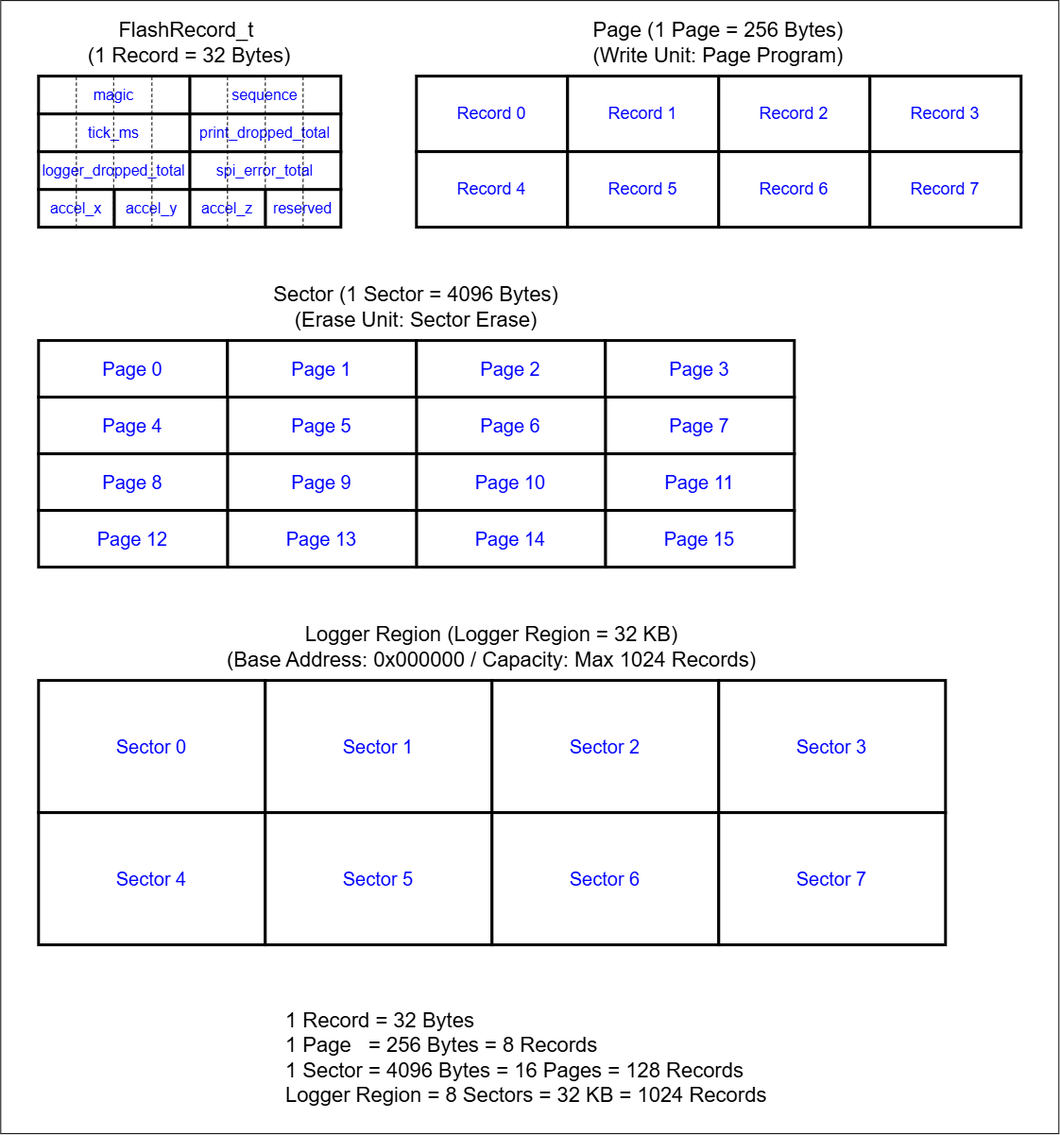
The draw.io diagram docs/flash_memory_layout.png in KCC6128/STM32F407-FreeRTOS-IMU-Data-Logger, before a commit. Source tidied: cells renumbered, new cells last; positions are measured from the earlier drawing's top-left corner, leaving out a move shared by most shapes.
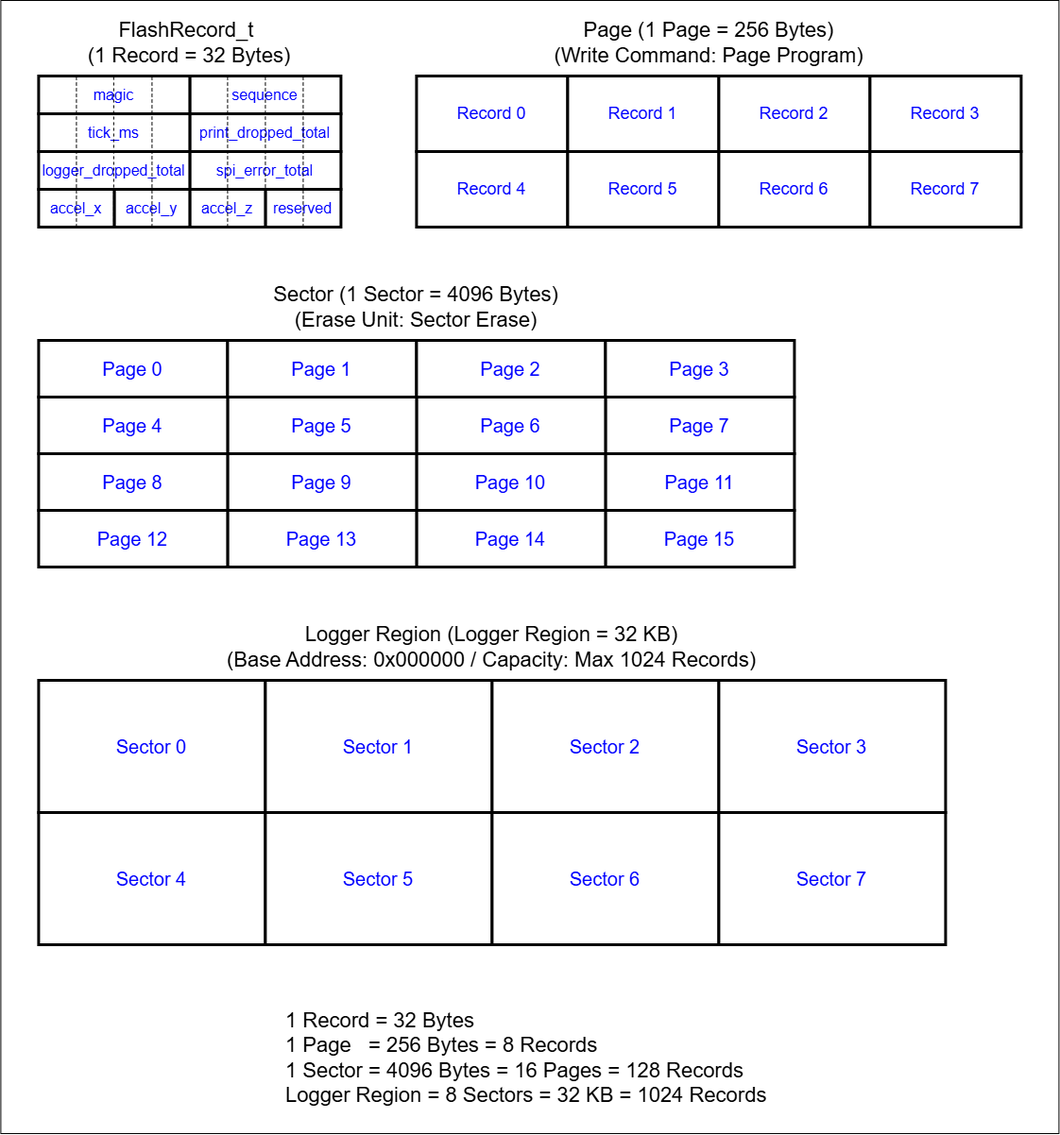
Above is the later version.

Diff of the diagram source:
```diff
@@ -130,8 +130,8 @@
     <mxCell id="30" value="&lt;font style=&quot;color: light-dark(rgb(0, 0, 255), rgb(0, 0, 255)); font-size: 18px;&quot;&gt;Record 7&lt;/font&gt;" style="rounded=0;whiteSpace=wrap;html=1;strokeWidth=3;" parent="1" vertex="1">
       <mxGeometry x="920" y="160" width="160" height="80" as="geometry" />
     </mxCell>
-    <mxCell id="31" value="&lt;font style=&quot;font-size: 22px;&quot;&gt;Page (1 Page = 256 Bytes)&lt;/font&gt;&lt;div&gt;&lt;font style=&quot;font-size: 22px;&quot;&gt;(Write Unit: Page Program)&lt;/font&gt;&lt;/div&gt;" style="text;html=1;whiteSpace=wrap;strokeColor=none;fillColor=none;align=center;verticalAlign=middle;rounded=0;" parent="1" vertex="1">
-      <mxGeometry x="600" y="10" width="320" height="70" as="geometry" />
+    <mxCell id="31" value="&lt;font style=&quot;font-size: 22px;&quot;&gt;Page (1 Page = 256 Bytes)&lt;/font&gt;&lt;div&gt;&lt;font style=&quot;font-size: 22px;&quot;&gt;(Write Command: Page Program)&lt;/font&gt;&lt;/div&gt;" style="text;html=1;whiteSpace=wrap;strokeColor=none;fillColor=none;align=center;verticalAlign=middle;rounded=0;" parent="1" vertex="1">
+      <mxGeometry x="580" y="10" width="340" height="70" as="geometry" />
     </mxCell>
     <mxCell id="32" style="rounded=0;whiteSpace=wrap;html=1;" parent="1" vertex="1">
       <mxGeometry x="40" y="360" width="800" height="240" as="geometry" />
```
